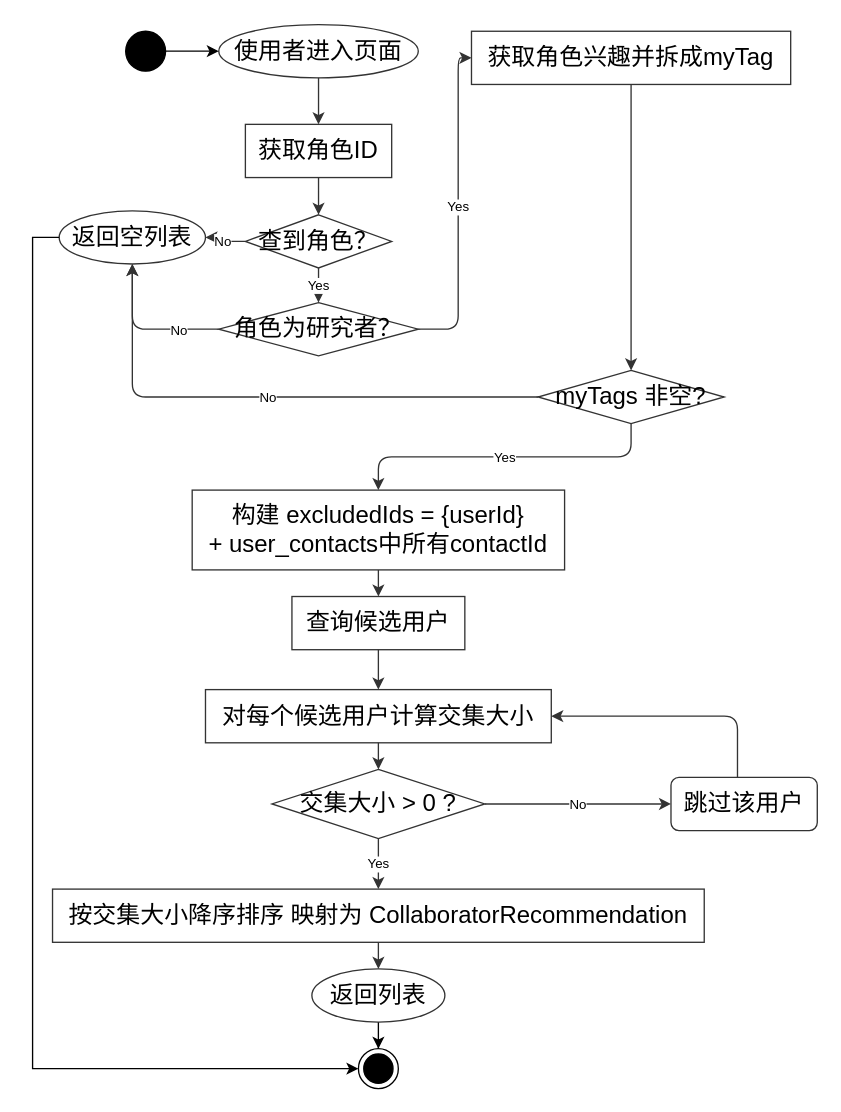
Above: docs/draw/10-collaborator-matching-flow.drawio in this1is1i/ACSR (draw.io), before the change. Source tidied: cells renumbered, new cells numbered last; positions are measured from the earlier drawing's top-left corner, leaving out a move shared by most shapes. Both pictures are drawn from the tidied source at 133%, with x=0, y=0 at pixel (32, 24).
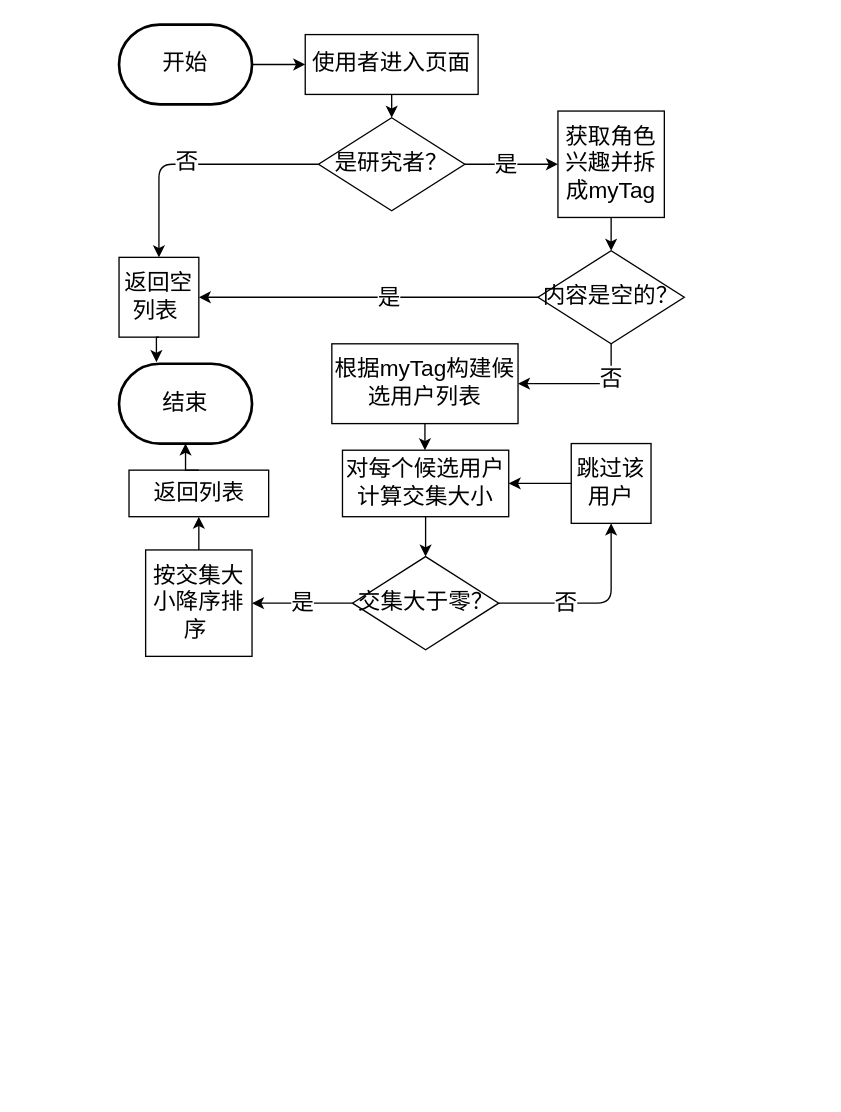
The same diagram, later.

The edit, as a diff of the source:
```diff
@@
+    <mxCell id="37" style="edgeStyle=orthogonalEdgeStyle;rounded=1;jettySize=auto;html=1;exitX=0;exitY=0.5;exitDx=0;exitDy=0;entryX=0.5;entryY=0;entryDx=0;entryDy=0;fontSize=17;curved=0;strokeColor=default;" parent="1" edge="1" source="41" target="5">
+      <mxGeometry relative="1" as="geometry" />
+    </mxCell>
+    <mxCell id="38" value="否" style="edgeLabel;html=1;align=center;verticalAlign=middle;fontSize=17;" parent="37" vertex="1">
+      <mxGeometry x="0.05" y="-2" relative="1" as="geometry" />
+    </mxCell>
+    <mxCell id="39" style="edgeStyle=orthogonalEdgeStyle;rounded=1;jettySize=auto;html=1;fontSize=17;curved=0;strokeColor=default;" parent="1" edge="1" source="41" target="7">
+      <mxGeometry relative="1" as="geometry" />
+    </mxCell>
+    <mxCell id="40" value="是" style="edgeLabel;html=1;align=center;verticalAlign=middle;fontSize=17;" parent="39" vertex="1">
+      <mxGeometry x="-0.14" relative="1" as="geometry" />
+    </mxCell>
+    <mxCell id="41" value="是研究者？" style="rhombus;whiteSpace=wrap;html=1;fontSize=17;" parent="1" vertex="1">
+      <mxGeometry x="215" y="70" width="110" height="70" as="geometry" />
+    </mxCell>
+    <mxCell id="42" style="edgeStyle=orthogonalEdgeStyle;rounded=1;jettySize=auto;html=1;fontSize=17;curved=0;strokeColor=default;" parent="1" edge="1" source="7" target="45">
+      <mxGeometry relative="1" as="geometry" />
+    </mxCell>
+    <mxCell id="7" value="&lt;span&gt;获取角色兴趣并拆成myTag&lt;/span&gt;" style="whiteSpace=wrap;html=1;fontSize=17;" parent="1" vertex="1">
+      <mxGeometry x="395" y="65" width="80" height="80" as="geometry" />
+    </mxCell>
+    <mxCell id="5" value="返回空列表&amp;nbsp;" style="whiteSpace=wrap;html=1;fontSize=17;" parent="1" vertex="1">
+      <mxGeometry x="65" y="175" width="60" height="60" as="geometry" />
+    </mxCell>
+    <mxCell id="43" style="edgeStyle=orthogonalEdgeStyle;rounded=1;jettySize=auto;html=1;exitX=0;exitY=0.5;exitDx=0;exitDy=0;fontSize=17;curved=0;strokeColor=default;" parent="1" edge="1" source="45" target="5">
+      <mxGeometry relative="1" as="geometry" />
+    </mxCell>
+    <mxCell id="44" value="是" style="edgeLabel;html=1;align=center;verticalAlign=middle;fontSize=17;" parent="43" vertex="1">
+      <mxGeometry x="-0.11" relative="1" as="geometry" />
+    </mxCell>
+    <mxCell id="45" value="内容是空的？" style="rhombus;whiteSpace=wrap;html=1;fontSize=17;" parent="1" vertex="1">
+      <mxGeometry x="380" y="170" width="110" height="70" as="geometry" />
+    </mxCell>
+    <mxCell id="46" style="edgeStyle=orthogonalEdgeStyle;rounded=1;jettySize=auto;html=1;exitX=1;exitY=0.5;exitDx=0;exitDy=0;entryX=0.5;entryY=1;entryDx=0;entryDy=0;fontSize=17;curved=0;strokeColor=default;" parent="1" edge="1" source="50" target="13">
+      <mxGeometry relative="1" as="geometry" />
+    </mxCell>
+    <mxCell id="47" value="否" style="edgeLabel;html=1;align=center;verticalAlign=middle;fontSize=17;" parent="46" vertex="1">
+      <mxGeometry x="-0.31" relative="1" as="geometry" />
+    </mxCell>
+    <mxCell id="48" style="edgeStyle=orthogonalEdgeStyle;rounded=1;jettySize=auto;html=1;fontSize=17;curved=0;strokeColor=default;" parent="1" edge="1" source="50" target="52">
+      <mxGeometry relative="1" as="geometry" />
+    </mxCell>
+    <mxCell id="49" value="是" style="edgeLabel;html=1;align=center;verticalAlign=middle;fontSize=17;" parent="48" vertex="1">
+      <mxGeometry x="-0.63" y="2" relative="1" as="geometry">
+        <mxPoint x="-24" y="-2" as="offset" />
+      </mxGeometry>
+    </mxCell>
+    <mxCell id="50" value="交集大于零？" style="rhombus;whiteSpace=wrap;html=1;fontSize=17;" parent="1" vertex="1">
+      <mxGeometry x="240.5" y="400" width="110" height="70" as="geometry" />
+    </mxCell>
+    <mxCell id="51" style="edgeStyle=orthogonalEdgeStyle;rounded=1;jettySize=auto;html=1;fontSize=17;curved=0;strokeColor=default;" parent="1" edge="1" source="52">
+      <mxGeometry relative="1" as="geometry">
+        <mxPoint x="125" y="370" as="targetPoint" />
+      </mxGeometry>
+    </mxCell>
+    <mxCell id="52" value="&lt;span&gt;按交集大小降序排序&amp;nbsp;&lt;/span&gt;" style="whiteSpace=wrap;html=1;fontSize=17;" parent="1" vertex="1">
+      <mxGeometry x="85" y="395" width="80" height="80" as="geometry" />
+    </mxCell>
+    <mxCell id="53" style="edgeStyle=orthogonalEdgeStyle;rounded=1;jettySize=auto;html=1;exitX=0.5;exitY=1;exitDx=0;exitDy=0;entryX=1;entryY=0.5;entryDx=0;entryDy=0;fontSize=17;curved=0;strokeColor=default;" parent="1" edge="1" source="45" target="56">
+      <mxGeometry relative="1" as="geometry" />
+    </mxCell>
+    <mxCell id="54" value="否" style="edgeLabel;html=1;align=center;verticalAlign=middle;fontSize=17;" parent="53" vertex="1">
+      <mxGeometry x="-0.48" y="-1" relative="1" as="geometry" />
+    </mxCell>
+    <mxCell id="30" style="edgeStyle=orthogonalEdgeStyle;rounded=1;jettySize=auto;html=1;exitX=0;exitY=0.5;exitDx=0;exitDy=0;entryX=1;entryY=0.5;entryDx=0;entryDy=0;fontSize=17;curved=0;strokeColor=default;" parent="1" edge="1" source="13" target="11">
+      <mxGeometry relative="1" as="geometry" />
+    </mxCell>
+    <mxCell id="13" value="&lt;span&gt;跳过该用户&lt;/span&gt;" style="whiteSpace=wrap;html=1;fontSize=17;" parent="1" vertex="1">
+      <mxGeometry x="405" y="315" width="60" height="60" as="geometry" />
+    </mxCell>
+    <mxCell id="55" style="edgeStyle=orthogonalEdgeStyle;rounded=1;jettySize=auto;html=1;strokeColor=default;curved=0;entryX=0.5;entryY=0;entryDx=0;entryDy=0;" parent="1" edge="1" source="56" target="11">
+      <mxGeometry relative="1" as="geometry" />
+    </mxCell>
+    <mxCell id="56" value="根据myTag构建候选用户列表" style="rounded=0;whiteSpace=wrap;html=1;fontSize=17;" parent="1" vertex="1">
+      <mxGeometry x="225" y="240" width="140" height="60" as="geometry" />
+    </mxCell>
+    <mxCell id="57" style="edgeStyle=orthogonalEdgeStyle;rounded=1;jettySize=auto;html=1;strokeColor=default;curved=0;" parent="1" edge="1" source="11" target="50">
+      <mxGeometry relative="1" as="geometry" />
+    </mxCell>
+    <mxCell id="11" value="&lt;span style=&quot;font-size: 17px;&quot;&gt;对每个候选用户计算交集大小&lt;/span&gt;" style="rounded=0;whiteSpace=wrap;html=1;" parent="1" vertex="1">
+      <mxGeometry x="233" y="320" width="125" height="50" as="geometry" />
+    </mxCell>
+    <mxCell id="58" style="edgeStyle=orthogonalEdgeStyle;rounded=0;jettySize=auto;html=1;" parent="1" edge="1" source="59" target="2">
+      <mxGeometry relative="1" as="geometry" />
+    </mxCell>
+    <mxCell id="59" value="开始" style="strokeWidth=2;html=1;shape=mxgraph.flowchart.terminator;whiteSpace=wrap;fontSize=17;" parent="1" vertex="1">
+      <mxGeometry x="65" width="100" height="60" as="geometry" />
+    </mxCell>
+    <mxCell id="60" value="结束" style="strokeWidth=2;html=1;shape=mxgraph.flowchart.terminator;whiteSpace=wrap;fontSize=17;" parent="1" vertex="1">
+      <mxGeometry x="65" y="255" width="100" height="60" as="geometry" />
+    </mxCell>
+    <mxCell id="16" value="&lt;span style=&quot;font-size: 17px;&quot;&gt;返回列表&lt;/span&gt;" style="rounded=0;whiteSpace=wrap;html=1;" parent="1" vertex="1">
+      <mxGeometry x="72.5" y="335" width="105" height="35" as="geometry" />
+    </mxCell>
+    <mxCell id="61" style="edgeStyle=orthogonalEdgeStyle;rounded=0;jettySize=auto;html=1;exitX=0.5;exitY=1;exitDx=0;exitDy=0;entryX=0.5;entryY=0;entryDx=0;entryDy=0;" parent="1" edge="1" source="2" target="41">
+      <mxGeometry relative="1" as="geometry" />
+    </mxCell>
-    <mxCell id="2" value="使用者进入页面" style="shape=ellipse;whiteSpace=wrap;html=1;fillColor=none;strokeColor=#333333;fontSize=18;" parent="1" vertex="1">
-      <mxGeometry x="140" width="150" height="40" as="geometry" />
+    <mxCell id="2" value="&lt;span style=&quot;font-size: 17px;&quot;&gt;使用者进入页面&lt;/span&gt;" style="rounded=0;whiteSpace=wrap;html=1;" parent="1" vertex="1">
+      <mxGeometry x="205" y="7.5" width="130" height="45" as="geometry" />
     </mxCell>
-    <mxCell id="3" value="获取角色ID" style="shape=rectangle;whiteSpace=wrap;html=1;fillColor=none;strokeColor=#333333;fontSize=18;" parent="1" vertex="1">
-      <mxGeometry x="160" y="75" width="110" height="40" as="geometry" />
-    </mxCell>
-    <mxCell id="4" value="查到角色？" style="shape=rhombus;whiteSpace=wrap;html=1;fillColor=none;strokeColor=#333333;fontSize=18;" parent="1" vertex="1">
-      <mxGeometry x="160" y="143" width="110" height="40" as="geometry" />
-    </mxCell>
-    <mxCell id="5" value="返回空列表" style="shape=ellipse;whiteSpace=wrap;html=1;fillColor=none;strokeColor=#333333;fontSize=18;" parent="1" vertex="1">
-      <mxGeometry x="20" y="140" width="110" height="40" as="geometry" />
-    </mxCell>
-    <mxCell id="6" value="角色为研究者？" style="shape=rhombus;whiteSpace=wrap;html=1;fillColor=none;strokeColor=#333333;fontSize=18;" parent="1" vertex="1">
-      <mxGeometry x="140" y="209" width="150" height="40" as="geometry" />
-    </mxCell>
-    <mxCell id="7" value="获取角色兴趣并拆成myTag" style="shape=rectangle;whiteSpace=wrap;html=1;fillColor=none;strokeColor=#333333;fontSize=18;" parent="1" vertex="1">
-      <mxGeometry x="330" y="5" width="240" height="40" as="geometry" />
-    </mxCell>
-    <mxCell id="8" value="myTags 非空?" style="shape=rhombus;whiteSpace=wrap;html=1;fillColor=none;strokeColor=#333333;fontSize=18;" parent="1" vertex="1">
-      <mxGeometry x="380" y="260" width="140" height="40" as="geometry" />
-    </mxCell>
-    <mxCell id="9" value="构建 excludedIds = {userId}&#10;+ user_contacts中所有contactId" style="shape=rectangle;whiteSpace=wrap;html=1;fillColor=none;strokeColor=#333333;fontSize=18;" parent="1" vertex="1">
-      <mxGeometry x="120" y="350" width="280" height="60" as="geometry" />
-    </mxCell>
-    <mxCell id="10" value="查询候选用户" style="shape=rectangle;whiteSpace=wrap;html=1;fillColor=none;strokeColor=#333333;fontSize=18;" parent="1" vertex="1">
-      <mxGeometry x="195" y="430" width="130" height="40" as="geometry" />
-    </mxCell>
-    <mxCell id="11" value="对每个候选用户计算交集大小" style="shape=rectangle;whiteSpace=wrap;html=1;fillColor=none;strokeColor=#333333;fontSize=18;" parent="1" vertex="1">
-      <mxGeometry x="130" y="500" width="260" height="40" as="geometry" />
-    </mxCell>
-    <mxCell id="12" value="交集大小 &amp;gt; 0 ?" style="shape=rhombus;whiteSpace=wrap;html=1;fillColor=none;strokeColor=#333333;fontSize=18;" parent="1" vertex="1">
-      <mxGeometry x="180" y="560" width="160" height="52" as="geometry" />
-    </mxCell>
-    <mxCell id="13" value="跳过该用户" style="shape=rectangle;whiteSpace=wrap;html=1;fillColor=none;strokeColor=#333333;fontSize=18;rounded=1;" parent="1" vertex="1">
-      <mxGeometry x="480" y="566" width="110" height="40" as="geometry" />
-    </mxCell>
-    <mxCell id="14" value="按交集大小降序排序 映射为 CollaboratorRecommendation" style="shape=rectangle;whiteSpace=wrap;html=1;fillColor=none;strokeColor=#333333;fontSize=18;" parent="1" vertex="1">
-      <mxGeometry x="15" y="650" width="490" height="40" as="geometry" />
-    </mxCell>
-    <mxCell id="15" style="edgeStyle=orthogonalEdgeStyle;rounded=0;jettySize=auto;html=1;exitX=0.5;exitY=1;exitDx=0;exitDy=0;" parent="1" edge="1" source="16" target="35">
-      <mxGeometry relative="1" as="geometry" />
-    </mxCell>
-    <mxCell id="16" value="返回列表" style="shape=ellipse;whiteSpace=wrap;html=1;fillColor=none;strokeColor=#333333;fontSize=18;" parent="1" vertex="1">
-      <mxGeometry x="210" y="710" width="100" height="40" as="geometry" />
-    </mxCell>
-    <mxCell id="17" style="edgeStyle=orthogonalEdgeStyle;rounded=1;jettySize=auto;html=1;strokeColor=#333;fontSize=10;" parent="1" edge="1" source="2" target="3">
-      <mxGeometry relative="1" as="geometry" />
-    </mxCell>
-    <mxCell id="18" style="edgeStyle=orthogonalEdgeStyle;rounded=1;jettySize=auto;html=1;strokeColor=#333;fontSize=10;" parent="1" edge="1" source="3" target="4">
-      <mxGeometry relative="1" as="geometry" />
-    </mxCell>
-    <mxCell id="19" value="No" style="edgeStyle=orthogonalEdgeStyle;rounded=1;jettySize=auto;html=1;strokeColor=#333;fontSize=10;" parent="1" edge="1" source="4" target="5">
-      <mxGeometry relative="1" as="geometry" />
-    </mxCell>
-    <mxCell id="20" value="Yes" style="edgeStyle=orthogonalEdgeStyle;rounded=1;jettySize=auto;html=1;strokeColor=#333;fontSize=10;" parent="1" edge="1" source="4" target="6">
-      <mxGeometry relative="1" as="geometry" />
-    </mxCell>
-    <mxCell id="21" value="No" style="edgeStyle=orthogonalEdgeStyle;rounded=1;jettySize=auto;html=1;strokeColor=#333;fontSize=10;" parent="1" edge="1" source="6" target="5">
-      <mxGeometry x="-0.47" y="1" relative="1" as="geometry" />
-    </mxCell>
-    <mxCell id="22" value="Yes" style="edgeStyle=orthogonalEdgeStyle;rounded=1;jettySize=auto;html=1;strokeColor=#333;fontSize=10;" parent="1" edge="1" source="6" target="7">
-      <mxGeometry relative="1" as="geometry">
-        <Array as="points">
-          <mxPoint x="320" y="229" />
-          <mxPoint x="320" y="25" />
-        </Array>
-      </mxGeometry>
-    </mxCell>
-    <mxCell id="23" style="edgeStyle=orthogonalEdgeStyle;rounded=1;jettySize=auto;html=1;strokeColor=#333;fontSize=10;" parent="1" edge="1" source="7" target="8">
-      <mxGeometry relative="1" as="geometry" />
-    </mxCell>
-    <mxCell id="24" value="No" style="edgeStyle=orthogonalEdgeStyle;rounded=1;jettySize=auto;html=1;strokeColor=#333;fontSize=10;" parent="1" edge="1" source="8" target="5">
-      <mxGeometry relative="1" as="geometry" />
-    </mxCell>
-    <mxCell id="25" value="Yes" style="edgeStyle=orthogonalEdgeStyle;rounded=1;jettySize=auto;html=1;strokeColor=#333;fontSize=10;" parent="1" edge="1" source="8" target="9">
-      <mxGeometry relative="1" as="geometry" />
-    </mxCell>
-    <mxCell id="26" style="edgeStyle=orthogonalEdgeStyle;rounded=1;jettySize=auto;html=1;strokeColor=#333;fontSize=10;" parent="1" edge="1" source="9" target="10">
-      <mxGeometry relative="1" as="geometry" />
-    </mxCell>
-    <mxCell id="27" style="edgeStyle=orthogonalEdgeStyle;rounded=1;jettySize=auto;html=1;strokeColor=#333;fontSize=10;" parent="1" edge="1" source="10" target="11">
-      <mxGeometry relative="1" as="geometry" />
-    </mxCell>
-    <mxCell id="28" style="edgeStyle=orthogonalEdgeStyle;rounded=1;jettySize=auto;html=1;strokeColor=#333;fontSize=10;" parent="1" edge="1" source="11" target="12">
-      <mxGeometry relative="1" as="geometry" />
-    </mxCell>
-    <mxCell id="29" value="No" style="rounded=1;jettySize=auto;html=1;strokeColor=#333;fontSize=10;edgeStyle=orthogonalEdgeStyle;" parent="1" edge="1" source="12" target="13">
-      <mxGeometry relative="1" as="geometry" />
-    </mxCell>
-    <mxCell id="30" style="edgeStyle=orthogonalEdgeStyle;rounded=1;jettySize=auto;html=1;strokeColor=#333;fontSize=10;entryX=1;entryY=0.5;entryDx=0;entryDy=0;" parent="1" edge="1" source="13" target="11">
-      <mxGeometry relative="1" as="geometry">
-        <Array as="points">
-          <mxPoint x="530" y="520" />
-        </Array>
-      </mxGeometry>
-    </mxCell>
-    <mxCell id="31" value="Yes" style="edgeStyle=orthogonalEdgeStyle;rounded=1;jettySize=auto;html=1;strokeColor=#333;fontSize=10;" parent="1" edge="1" source="12" target="14">
-      <mxGeometry relative="1" as="geometry" />
-    </mxCell>
-    <mxCell id="32" style="edgeStyle=orthogonalEdgeStyle;rounded=1;jettySize=auto;html=1;strokeColor=#333;fontSize=10;" parent="1" edge="1" source="14" target="16">
-      <mxGeometry relative="1" as="geometry" />
-    </mxCell>
-    <mxCell id="33" style="edgeStyle=orthogonalEdgeStyle;rounded=0;jettySize=auto;html=1;exitX=1;exitY=0.5;exitDx=0;exitDy=0;entryX=0;entryY=0.5;entryDx=0;entryDy=0;" parent="1" edge="1" source="34" target="2">
-      <mxGeometry relative="1" as="geometry" />
-    </mxCell>
-    <mxCell id="34" style="ellipse;fillColor=strokeColor;html=1;" parent="1" vertex="1">
-      <mxGeometry x="70" y="5" width="30" height="30" as="geometry" />
-    </mxCell>
-    <mxCell id="35" style="ellipse;html=1;shape=endState;fillColor=strokeColor;" parent="1" vertex="1">
-      <mxGeometry x="245" y="770" width="30" height="30" as="geometry" />
-    </mxCell>
-    <mxCell id="36" style="edgeStyle=orthogonalEdgeStyle;rounded=0;jettySize=auto;html=1;exitX=0;exitY=0.5;exitDx=0;exitDy=0;" parent="1" edge="1" source="5" target="35">
-      <mxGeometry relative="1" as="geometry">
-        <Array as="points">
-          <mxPoint y="160" />
-          <mxPoint y="785" />
-        </Array>
-      </mxGeometry>
-    </mxCell>
+    <mxCell id="62" style="edgeStyle=orthogonalEdgeStyle;rounded=0;jettySize=auto;html=1;exitX=0.5;exitY=0;exitDx=0;exitDy=0;entryX=0.5;entryY=1;entryDx=0;entryDy=0;entryPerimeter=0;" parent="1" edge="1" source="16" target="60">
+      <mxGeometry relative="1" as="geometry" />
+    </mxCell>
+    <mxCell id="63" style="edgeStyle=orthogonalEdgeStyle;rounded=0;jettySize=auto;html=1;exitX=0.5;exitY=1;exitDx=0;exitDy=0;entryX=0.281;entryY=-0.02;entryDx=0;entryDy=0;entryPerimeter=0;" parent="1" edge="1" source="5" target="60">
+      <mxGeometry relative="1" as="geometry" />
+    </mxCell>
```
